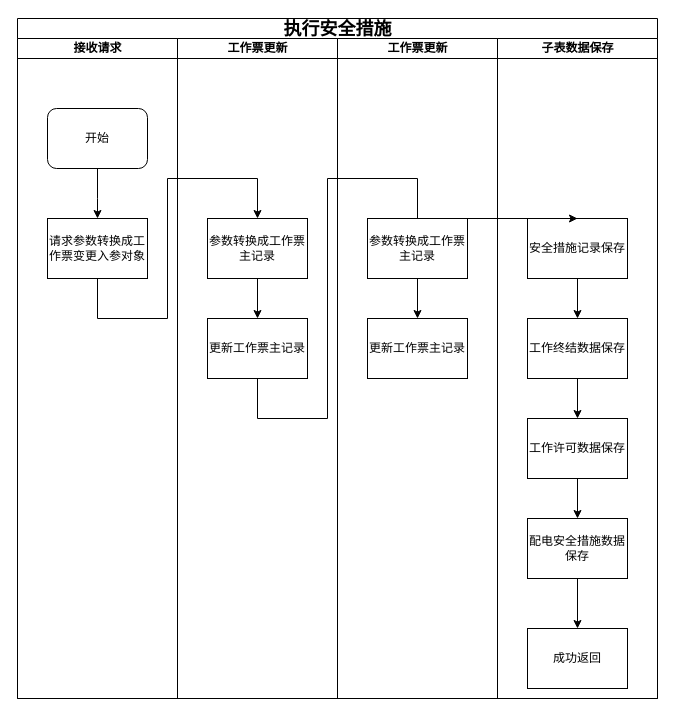
wwwwbo/myDraw keeps this draw.io diagram as 执行安全措施.drawio. Above is the earlier version. Source tidied: cells renumbered, new cells numbered last; positions are measured from the earlier drawing's top-left corner, leaving out a move shared by most shapes. Both pictures are drawn from the tidied source at 100%, with x=0, y=0 at pixel (17, 18).
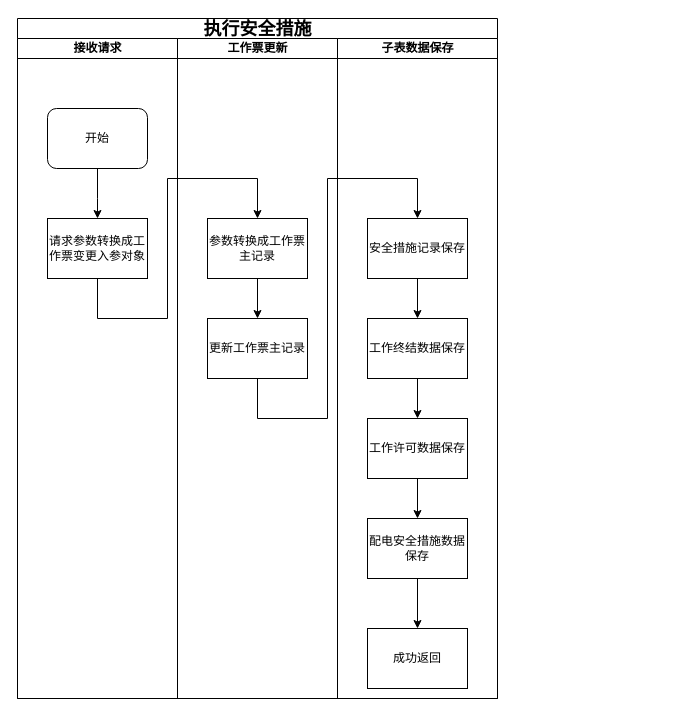
The same page after the edit.

Commit message (it also covers changes not shown here):
更新执行安全措施.drawio

Change to the diagram source:
```diff
@@
     <mxCell id="2" value="&lt;span style=&quot;font-size: 18px;&quot;&gt;执行安全措施&lt;/span&gt;" style="swimlane;html=1;startSize=20;rounded=0;shadow=0;labelBackgroundColor=none;strokeWidth=1;fontFamily=Verdana;fontSize=8;align=center;" parent="1" vertex="1">
-      <mxGeometry width="640" height="680" as="geometry" />
+      <mxGeometry width="480" height="680" as="geometry" />
     </mxCell>
@@
-    <mxCell id="11" value="工作票更新" style="swimlane;html=1;startSize=20;" parent="2" vertex="1">
-      <mxGeometry x="320" y="20" width="160" height="660" as="geometry" />
-    </mxCell>
-    <mxCell id="12" style="edgeStyle=orthogonalEdgeStyle;rounded=0;jettySize=auto;html=1;exitX=0.5;exitY=1;exitDx=0;exitDy=0;" parent="11" edge="1" source="13" target="14">
-      <mxGeometry relative="1" as="geometry" />
-    </mxCell>
-    <mxCell id="13" value="&lt;span style=&quot;font-size: 12px;&quot;&gt;参数转换成工作票主记录&lt;/span&gt;" style="whiteSpace=wrap;html=1;fontSize=8;fontFamily=Verdana;rounded=0;shadow=0;labelBackgroundColor=none;strokeWidth=1;" parent="11" vertex="1">
-      <mxGeometry x="30" y="180" width="100" height="60" as="geometry" />
-    </mxCell>
-    <mxCell id="14" value="&lt;span style=&quot;font-size: 12px;&quot;&gt;更新工作票主记录&lt;/span&gt;" style="whiteSpace=wrap;html=1;fontSize=8;fontFamily=Verdana;rounded=0;shadow=0;labelBackgroundColor=none;strokeWidth=1;" parent="11" vertex="1">
-      <mxGeometry x="30" y="280" width="100" height="60" as="geometry" />
-    </mxCell>
     <mxCell id="15" value="子表数据保存" style="swimlane;html=1;startSize=20;" parent="2" vertex="1">
-      <mxGeometry x="480" y="20" width="160" height="660" as="geometry" />
+      <mxGeometry x="320" y="20" width="160" height="660" as="geometry" />
     </mxCell>
```
